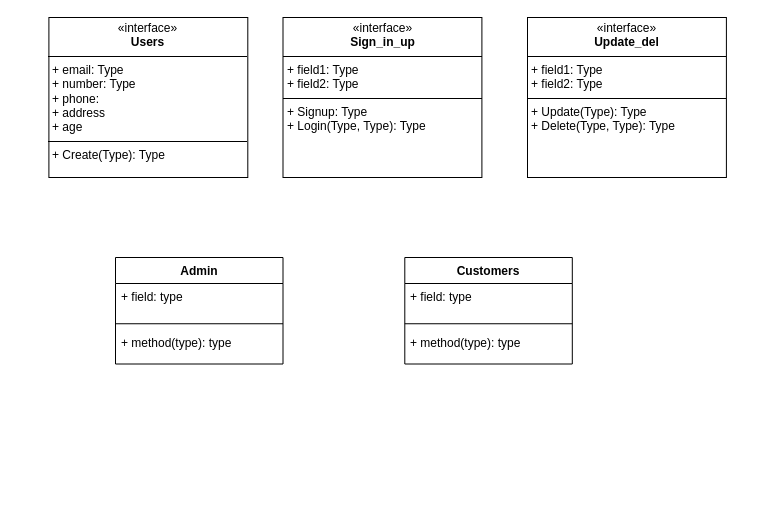
The draw.io diagram UML_D.drawio in Meite-Aboubacar-Sidick/JAVA_FINAL_Project, before the edit. Source tidied: cells renumbered, new cells numbered last; positions are measured from the earlier drawing's top-left corner, leaving out a move shared by most shapes. Both pictures are drawn from the tidied source at 100%, with x=0, y=0 at pixel (17, 17).
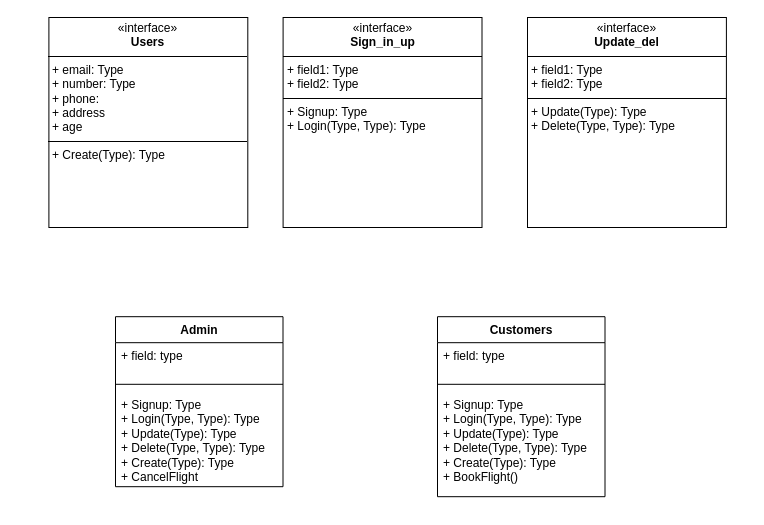
Above is the later version.

Commit message:
Mettre à jour UML_D.drawio

The edit, as a diff of the source:
```diff
@@
 <mxGraphModel>
   <root>
     <mxCell id="0" />
     <mxCell id="1" parent="0" />
     <mxCell id="2" style="group;" parent="1" vertex="1">
-      <mxGeometry width="730" height="346.5" as="geometry" />
+      <mxGeometry width="730" height="490" as="geometry" />
     </mxCell>
     <mxCell id="3" value="Admin" style="swimlane;fontStyle=1;align=center;verticalAlign=top;horizontal=1;startSize=26;whiteSpace=wrap;html=1;" parent="2" vertex="1">
-      <mxGeometry x="98" y="240" width="167.5" height="106.5" as="geometry" />
+      <mxGeometry x="98" y="299.2" width="167.5" height="170" as="geometry" />
     </mxCell>
     <mxCell id="4" value="+ field: type" style="text;strokeColor=none;fillColor=none;align=left;verticalAlign=top;spacingLeft=4;spacingRight=4;overflow=hidden;whiteSpace=wrap;html=1;" parent="3" vertex="1">
-      <mxGeometry y="26" width="167.5" height="34.9" as="geometry" />
+      <mxGeometry y="26" width="167.5" height="34" as="geometry" />
     </mxCell>
     <mxCell id="5" style="line;strokeWidth=1;fillColor=none;align=left;verticalAlign=middle;spacingTop=-1;spacingLeft=3;spacingRight=3;labelPosition=right;strokeColor=inherit;" parent="3" vertex="1">
-      <mxGeometry y="60.9" width="167.5" height="10.7" as="geometry" />
+      <mxGeometry y="60" width="167.5" height="15.2" as="geometry" />
     </mxCell>
-    <mxCell id="6" value="+ method(type): type" style="text;strokeColor=none;fillColor=none;align=left;verticalAlign=top;spacingLeft=4;spacingRight=4;overflow=hidden;whiteSpace=wrap;html=1;" parent="3" vertex="1">
-      <mxGeometry y="71.6" width="167.5" height="34.9" as="geometry" />
+    <mxCell id="6" value="&lt;div&gt;+ Signup: Type&lt;br&gt;+ Login(Type, Type): Type&lt;/div&gt;+ Update(Type): Type&lt;br&gt;+ Delete(Type, Type): Type&lt;div&gt;+ Create(Type): Type&lt;/div&gt;&lt;div&gt;+ CancelFlight&lt;br&gt;&lt;div&gt;&lt;br&gt;&lt;/div&gt;&lt;/div&gt;" style="text;strokeColor=none;fillColor=none;align=left;verticalAlign=top;spacingLeft=4;spacingRight=4;overflow=hidden;whiteSpace=wrap;html=1;" parent="3" vertex="1">
+      <mxGeometry y="75.2" width="167.5" height="94.8" as="geometry" />
     </mxCell>
     <mxCell id="7" value="Customers" style="swimlane;fontStyle=1;align=center;verticalAlign=top;horizontal=1;startSize=26;whiteSpace=wrap;html=1;" parent="2" vertex="1">
-      <mxGeometry x="387.3" y="240" width="167.5" height="106.5" as="geometry" />
+      <mxGeometry x="420" y="299.2" width="167.5" height="180" as="geometry" />
     </mxCell>
     <mxCell id="8" value="+ field: type" style="text;strokeColor=none;fillColor=none;align=left;verticalAlign=top;spacingLeft=4;spacingRight=4;overflow=hidden;whiteSpace=wrap;html=1;" parent="7" vertex="1">
-      <mxGeometry y="26" width="167.5" height="34.9" as="geometry" />
+      <mxGeometry y="26" width="167.5" height="34" as="geometry" />
     </mxCell>
     <mxCell id="9" style="line;strokeWidth=1;fillColor=none;align=left;verticalAlign=middle;spacingTop=-1;spacingLeft=3;spacingRight=3;labelPosition=right;strokeColor=inherit;" parent="7" vertex="1">
-      <mxGeometry y="60.9" width="167.5" height="10.7" as="geometry" />
+      <mxGeometry y="60" width="167.5" height="15.2" as="geometry" />
     </mxCell>
-    <mxCell id="10" value="+ method(type): type" style="text;strokeColor=none;fillColor=none;align=left;verticalAlign=top;spacingLeft=4;spacingRight=4;overflow=hidden;whiteSpace=wrap;html=1;" parent="7" vertex="1">
-      <mxGeometry y="71.6" width="167.5" height="34.9" as="geometry" />
+    <mxCell id="10" value="&lt;div&gt;+ Signup: Type&lt;br&gt;+ Login(Type, Type): Type&lt;/div&gt;+ Update(Type): Type&lt;br&gt;+ Delete(Type, Type): Type&lt;div&gt;+ Create(Type): Type&lt;/div&gt;&lt;div&gt;+ BookFlight()&lt;br&gt;&lt;div&gt;&lt;br&gt;&lt;/div&gt;&lt;/div&gt;" style="text;strokeColor=none;fillColor=none;align=left;verticalAlign=top;spacingLeft=4;spacingRight=4;overflow=hidden;whiteSpace=wrap;html=1;" parent="7" vertex="1">
+      <mxGeometry y="75.2" width="167.5" height="104.8" as="geometry" />
     </mxCell>
     <mxCell id="11" value="&lt;p style=&quot;margin:0px;margin-top:4px;text-align:center;&quot;&gt;«&lt;font style=&quot;line-height: 13.2px;&quot;&gt;interface&lt;/font&gt;»&lt;br&gt;&lt;b&gt;Users&lt;/b&gt;&lt;/p&gt;&lt;hr size=&quot;1&quot; style=&quot;border-style:solid;&quot;&gt;&lt;p style=&quot;margin:0px;margin-left:4px;&quot;&gt;+ email: Type&lt;br&gt;+ number: Type&lt;/p&gt;&lt;p style=&quot;margin:0px;margin-left:4px;&quot;&gt;+ phone:&lt;/p&gt;&lt;p style=&quot;margin:0px;margin-left:4px;&quot;&gt;+ address&lt;/p&gt;&lt;p style=&quot;margin:0px;margin-left:4px;&quot;&gt;+ age&lt;/p&gt;&lt;hr size=&quot;1&quot; style=&quot;border-style:solid;&quot;&gt;&lt;p style=&quot;margin:0px;margin-left:4px;&quot;&gt;+ Create(Type): Type&lt;br&gt;&lt;br&gt;&lt;/p&gt;" style="verticalAlign=top;align=left;overflow=fill;html=1;whiteSpace=wrap;" parent="2" vertex="1">
-      <mxGeometry x="31.4" width="198.9" height="160" as="geometry" />
+      <mxGeometry x="31.4" width="198.9" height="210" as="geometry" />
     </mxCell>
     <mxCell id="12" value="&lt;p style=&quot;margin:0px;margin-top:4px;text-align:center;&quot;&gt;«&lt;font style=&quot;line-height: 13.2px;&quot;&gt;interface&lt;/font&gt;»&lt;br&gt;&lt;b&gt;Sign_in_up&lt;/b&gt;&lt;/p&gt;&lt;hr size=&quot;1&quot; style=&quot;border-style:solid;&quot;&gt;&lt;p style=&quot;margin:0px;margin-left:4px;&quot;&gt;+ field1: Type&lt;br&gt;+ field2: Type&lt;/p&gt;&lt;hr size=&quot;1&quot; style=&quot;border-style:solid;&quot;&gt;&lt;p style=&quot;margin:0px;margin-left:4px;&quot;&gt;+ Signup: Type&lt;br&gt;+ Login(Type, Type): Type&lt;/p&gt;&lt;p style=&quot;margin:0px;margin-left:4px;&quot;&gt;&lt;br&gt;&lt;/p&gt;" style="verticalAlign=top;align=left;overflow=fill;html=1;whiteSpace=wrap;" parent="2" vertex="1">
-      <mxGeometry x="265.5" width="198.9" height="160" as="geometry" />
+      <mxGeometry x="265.6" width="198.9" height="210" as="geometry" />
     </mxCell>
     <mxCell id="13" value="&lt;p style=&quot;margin:0px;margin-top:4px;text-align:center;&quot;&gt;«&lt;font style=&quot;line-height: 13.2px;&quot;&gt;interface&lt;/font&gt;»&lt;br&gt;&lt;b&gt;Update_del&lt;/b&gt;&lt;/p&gt;&lt;hr size=&quot;1&quot; style=&quot;border-style:solid;&quot;&gt;&lt;p style=&quot;margin:0px;margin-left:4px;&quot;&gt;+ field1: Type&lt;br&gt;+ field2: Type&lt;/p&gt;&lt;hr size=&quot;1&quot; style=&quot;border-style:solid;&quot;&gt;&lt;p style=&quot;margin:0px;margin-left:4px;&quot;&gt;+ Update(Type): Type&lt;br&gt;+ Delete(Type, Type): Type&lt;/p&gt;&lt;p style=&quot;margin:0px;margin-left:4px;&quot;&gt;&lt;br&gt;&lt;/p&gt;" style="verticalAlign=top;align=left;overflow=fill;html=1;whiteSpace=wrap;" parent="2" vertex="1">
-      <mxGeometry x="510" width="198.9" height="160" as="geometry" />
+      <mxGeometry x="510" width="198.9" height="210" as="geometry" />
     </mxCell>
   </root>
 </mxGraphModel>
```
